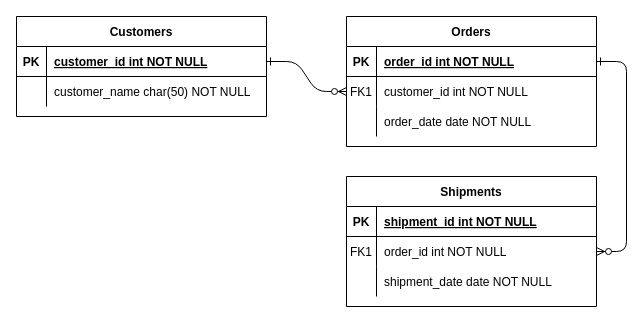
NJGehe/drawIO keeps this draw.io diagram as YubikeyIntegration.drawio. Above is the earlier version. Source tidied: cells renumbered, new cells numbered last; positions are measured from the earlier drawing's top-left corner, leaving out a move shared by most shapes. Both pictures are drawn from the tidied source at 100%, with x=0, y=0 at pixel (16, 16).
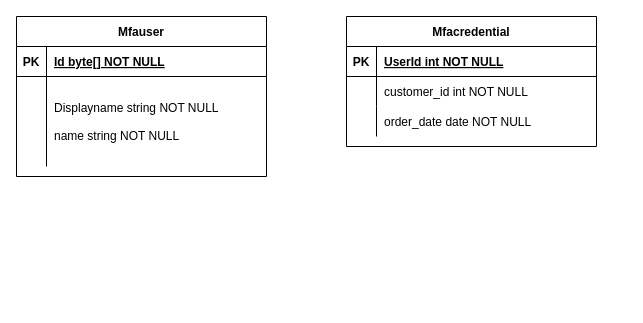
The same page after the edit.

Unchanged cells that the change refers to:
```xml
<mxCell id="5" style="shape=partialRectangle;fillColor=none;points=[[0,0.5],[1,0.5]];portConstraint=eastwest;top=0;left=0;right=0;bottom=1;" parent="4" vertex="1">
  <mxGeometry y="30" width="250" height="30" as="geometry" />
</mxCell>
<mxCell id="8" style="shape=partialRectangle;fillColor=none;points=[[0,0.5],[1,0.5]];portConstraint=eastwest;top=0;left=0;right=0;bottom=0;" parent="4" vertex="1">
  <mxGeometry y="60" width="250" height="30" as="geometry" />
</mxCell>
<mxCell id="25" style="shape=partialRectangle;fillColor=none;points=[[0,0.5],[1,0.5]];portConstraint=eastwest;top=0;left=0;right=0;bottom=1;" parent="24" vertex="1">
  <mxGeometry y="30" width="250" height="30" as="geometry" />
</mxCell>
```

The edit, as a diff of the source:
```diff
@@
-    <mxCell id="2" style="edgeStyle=entityRelationEdgeStyle;endArrow=ERzeroToMany;startArrow=ERone;endFill=1;startFill=0;" parent="1" edge="1" source="25" target="8">
-      <mxGeometry relative="1" as="geometry" />
-    </mxCell>
-    <mxCell id="3" style="edgeStyle=entityRelationEdgeStyle;endArrow=ERzeroToMany;startArrow=ERone;endFill=1;startFill=0;" parent="1" edge="1" source="5" target="18">
-      <mxGeometry relative="1" as="geometry" />
-    </mxCell>
-    <mxCell id="4" value="Orders" style="shape=table;startSize=30;childLayout=tableLayout;rowLines=0;fontStyle=1;align=center;" parent="1" vertex="1">
+    <mxCell id="4" value="Mfacredential" style="shape=table;startSize=30;childLayout=tableLayout;rowLines=0;fontStyle=1;align=center;" parent="1" vertex="1">
       <mxGeometry x="330" width="250" height="130" as="geometry" />
     </mxCell>
@@
-    <mxCell id="7" value="order_id int NOT NULL " style="shape=partialRectangle;overflow=hidden;fillColor=none;top=0;left=0;bottom=0;right=0;align=left;spacingLeft=6;fontStyle=5;" parent="5" vertex="1">
+    <mxCell id="7" value="UserId int NOT NULL " style="shape=partialRectangle;overflow=hidden;fillColor=none;top=0;left=0;bottom=0;right=0;align=left;spacingLeft=6;fontStyle=5;" parent="5" vertex="1">
       <mxGeometry x="30" width="220" height="30" as="geometry" />
     </mxCell>
@@
-    <mxCell id="9" value="FK1" style="shape=partialRectangle;overflow=hidden;fillColor=none;top=0;left=0;bottom=0;right=0;" parent="8" vertex="1">
+    <mxCell id="9" style="shape=partialRectangle;overflow=hidden;fillColor=none;top=0;left=0;bottom=0;right=0;" parent="8" vertex="1">
       <mxGeometry width="30" height="30" as="geometry" />
     </mxCell>
@@
-    <mxCell id="14" value="Shipments" style="shape=table;startSize=30;childLayout=tableLayout;rowLines=0;fontStyle=1;align=center;" parent="1" vertex="1">
-      <mxGeometry x="330" y="160" width="250" height="130" as="geometry" />
-    </mxCell>
-    <mxCell id="15" style="shape=partialRectangle;fillColor=none;top=0;left=0;right=0;bottom=1;" parent="14" vertex="1">
-      <mxGeometry y="30" width="250" height="30" as="geometry" />
-    </mxCell>
-    <mxCell id="16" value="PK" style="shape=partialRectangle;overflow=hidden;fillColor=none;top=0;left=0;bottom=0;right=0;fontStyle=1;" parent="15" vertex="1">
-      <mxGeometry width="30" height="30" as="geometry" />
-    </mxCell>
-    <mxCell id="17" value="shipment_id int NOT NULL " style="shape=partialRectangle;overflow=hidden;fillColor=none;top=0;left=0;bottom=0;right=0;align=left;spacingLeft=6;fontStyle=5;" parent="15" vertex="1">
-      <mxGeometry x="30" width="220" height="30" as="geometry" />
-    </mxCell>
-    <mxCell id="18" style="shape=partialRectangle;fillColor=none;points=[[0,0.5],[1,0.5]];portConstraint=eastwest;top=0;left=0;right=0;bottom=0;" parent="14" vertex="1">
-      <mxGeometry y="60" width="250" height="30" as="geometry" />
-    </mxCell>
-    <mxCell id="19" value="FK1" style="shape=partialRectangle;overflow=hidden;fillColor=none;top=0;left=0;bottom=0;right=0;" parent="18" vertex="1">
-      <mxGeometry width="30" height="30" as="geometry" />
-    </mxCell>
-    <mxCell id="20" value="order_id int NOT NULL" style="shape=partialRectangle;overflow=hidden;fillColor=none;top=0;left=0;bottom=0;right=0;align=left;spacingLeft=6;" parent="18" vertex="1">
-      <mxGeometry x="30" width="220" height="30" as="geometry" />
-    </mxCell>
-    <mxCell id="21" style="shape=partialRectangle;fillColor=none;top=0;left=0;right=0;bottom=0;" parent="14" vertex="1">
-      <mxGeometry y="90" width="250" height="30" as="geometry" />
-    </mxCell>
-    <mxCell id="22" style="shape=partialRectangle;overflow=hidden;fillColor=none;top=0;left=0;bottom=0;right=0;" parent="21" vertex="1">
-      <mxGeometry width="30" height="30" as="geometry" />
-    </mxCell>
-    <mxCell id="23" value="shipment_date date NOT NULL" style="shape=partialRectangle;overflow=hidden;fillColor=none;top=0;left=0;bottom=0;right=0;align=left;spacingLeft=6;" parent="21" vertex="1">
-      <mxGeometry x="30" width="220" height="30" as="geometry" />
-    </mxCell>
-    <mxCell id="24" value="Customers" style="shape=table;startSize=30;childLayout=tableLayout;rowLines=0;fontStyle=1;align=center;" parent="1" vertex="1">
-      <mxGeometry width="250" height="100" as="geometry" />
+    <mxCell id="24" value="Mfauser" style="shape=table;startSize=30;childLayout=tableLayout;rowLines=0;fontStyle=1;align=center;" parent="1" vertex="1">
+      <mxGeometry width="250" height="160" as="geometry" />
     </mxCell>
@@
-    <mxCell id="27" value="customer_id int NOT NULL " style="shape=partialRectangle;overflow=hidden;fillColor=none;top=0;left=0;bottom=0;right=0;align=left;spacingLeft=6;fontStyle=5;" parent="25" vertex="1">
+    <mxCell id="27" value="Id byte[] NOT NULL" style="shape=partialRectangle;overflow=hidden;fillColor=none;top=0;left=0;bottom=0;right=0;align=left;spacingLeft=6;fontStyle=5;" parent="25" vertex="1">
       <mxGeometry x="30" width="220" height="30" as="geometry" />
     </mxCell>
     <mxCell id="28" style="shape=partialRectangle;fillColor=none;top=0;left=0;right=0;bottom=0;" parent="24" vertex="1">
-      <mxGeometry y="60" width="250" height="30" as="geometry" />
+      <mxGeometry y="60" width="250" height="90" as="geometry" />
     </mxCell>
     <mxCell id="29" style="shape=partialRectangle;overflow=hidden;fillColor=none;top=0;left=0;bottom=0;right=0;" parent="28" vertex="1">
-      <mxGeometry width="30" height="30" as="geometry" />
+      <mxGeometry width="30" height="90" as="geometry" />
     </mxCell>
-    <mxCell id="30" value="customer_name char(50) NOT NULL" style="shape=partialRectangle;overflow=hidden;fillColor=none;top=0;left=0;bottom=0;right=0;align=left;spacingLeft=6;" parent="28" vertex="1">
-      <mxGeometry x="30" width="220" height="30" as="geometry" />
+    <mxCell id="30" value="Displayname string NOT NULL&#10;&#10;name string NOT NULL" style="shape=partialRectangle;overflow=hidden;fillColor=none;top=0;left=0;bottom=0;right=0;align=left;spacingLeft=6;" parent="28" vertex="1">
+      <mxGeometry x="30" width="220" height="90" as="geometry" />
     </mxCell>
```
